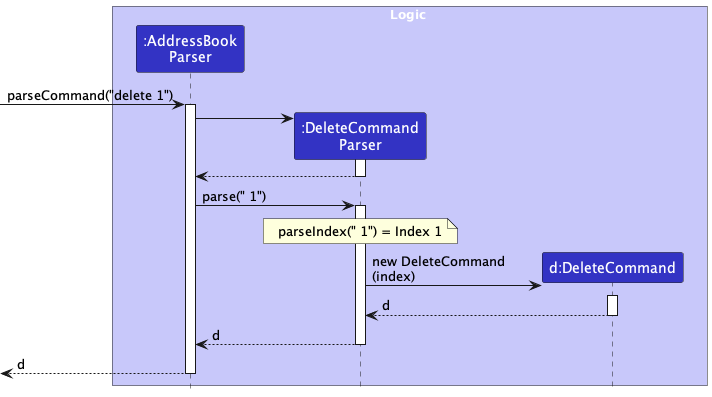
liownahum/tp keeps this PlantUML diagram as docs/images/DeleteParsingSequenceDiagram.png. Above is the earlier version. Its diagram source:
```plantuml
@startuml
!include style.puml
skinparam ArrowFontStyle plain
skinparam sequenceMessageAlign left
skinparam BoxPadding 10

box Logic LOGIC_COLOR_T1
participant ":AddressBook\nParser" as AddressBookParser LOGIC_COLOR
participant ":DeleteCommand\nParser" as DeleteCommandParser LOGIC_COLOR
participant "d:DeleteCommand" as DeleteCommand LOGIC_COLOR
end box

[-> AddressBookParser : parseCommand("delete 1")
activate AddressBookParser

create DeleteCommandParser
AddressBookParser -> DeleteCommandParser
activate DeleteCommandParser
DeleteCommandParser --> AddressBookParser
deactivate DeleteCommandParser

AddressBookParser -> DeleteCommandParser : parse(" 1")
activate DeleteCommandParser
note over DeleteCommandParser
parseIndex(" 1") = Index 1
end note

create DeleteCommand
DeleteCommandParser -> DeleteCommand : new DeleteCommand\n(index)
activate DeleteCommand
DeleteCommand --> DeleteCommandParser : d
deactivate DeleteCommand

DeleteCommandParser --> AddressBookParser : d
deactivate DeleteCommandParser
[<-- AddressBookParser : d
deactivate AddressBookParser

@enduml
```
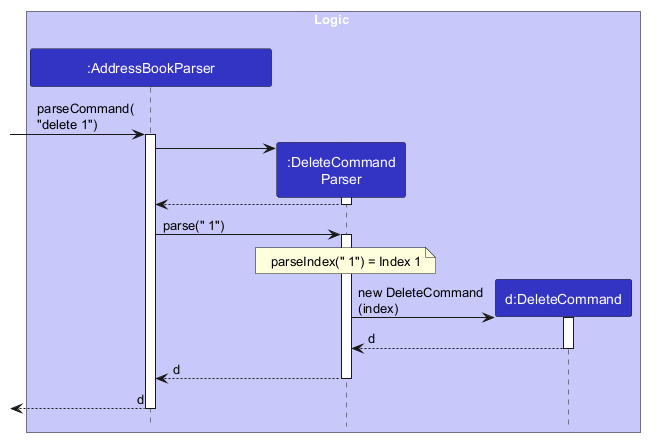
Above is the later version.

Commit message:
Keep Delete entry labels clear of the Logic frame and regenerate diagrams

What changed in the source:
```diff
@@ -5,12 +5,12 @@
 skinparam BoxPadding 10
 
 box Logic LOGIC_COLOR_T1
-participant ":AddressBook\nParser" as AddressBookParser LOGIC_COLOR
+participant "            :AddressBookParser            " as AddressBookParser LOGIC_COLOR
 participant ":DeleteCommand\nParser" as DeleteCommandParser LOGIC_COLOR
 participant "d:DeleteCommand" as DeleteCommand LOGIC_COLOR
 end box
 
-[-> AddressBookParser : parseCommand("delete 1")
+[-> AddressBookParser : parseCommand(\n"delete 1")
 activate AddressBookParser
 
 create DeleteCommandParser
```
